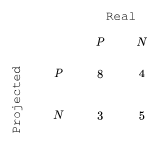
The draw.io diagram hw1/assets/hw1-1.1.svg in interro-potato/ml-homeworks, before a commit. Source tidied: cells renumbered, new cells last; positions are measured from the earlier drawing's top-left corner, leaving out a move shared by most shapes. Source of this version:
```xml
<mxGraphModel math="1">
  <root>
    <mxCell id="0" />
    <mxCell id="1" parent="0" />
    <mxCell id="2" value="$$P$$" style="text;html=1;strokeColor=none;fillColor=none;align=center;verticalAlign=middle;whiteSpace=wrap;rounded=0;sketch=1;strokeWidth=2;fontFamily=monospace;fontSize=12;" parent="1" vertex="1">
      <mxGeometry x="90" y="20" width="40" height="40" as="geometry" />
    </mxCell>
    <mxCell id="3" value="$$N$$" style="text;html=1;strokeColor=none;fillColor=none;align=center;verticalAlign=middle;whiteSpace=wrap;rounded=0;sketch=1;strokeWidth=2;fontFamily=monospace;fontSize=12;" parent="1" vertex="1">
      <mxGeometry x="130" y="20" width="40" height="40" as="geometry" />
    </mxCell>
    <mxCell id="4" value="$$P$$" style="text;html=1;strokeColor=none;fillColor=none;align=center;verticalAlign=middle;whiteSpace=wrap;rounded=0;sketch=1;strokeWidth=2;fontFamily=monospace;fontSize=12;" parent="1" vertex="1">
      <mxGeometry x="50" y="50" width="40" height="40" as="geometry" />
    </mxCell>
    <mxCell id="5" value="$$N$$" style="text;html=1;strokeColor=none;fillColor=none;align=center;verticalAlign=middle;whiteSpace=wrap;rounded=0;sketch=1;strokeWidth=2;fontFamily=monospace;fontSize=12;" parent="1" vertex="1">
      <mxGeometry x="50" y="90" width="40" height="40" as="geometry" />
    </mxCell>
    <mxCell id="6" value="Projected" style="text;html=1;strokeColor=none;fillColor=none;align=center;verticalAlign=middle;whiteSpace=wrap;rounded=0;sketch=1;strokeWidth=2;fontFamily=monospace;fontSize=12;rotation=-90;" parent="1" vertex="1">
      <mxGeometry y="80" width="60" height="30" as="geometry" />
    </mxCell>
    <mxCell id="7" value="Real" style="text;html=1;strokeColor=none;fillColor=none;align=center;verticalAlign=middle;whiteSpace=wrap;rounded=0;sketch=1;strokeWidth=2;fontFamily=monospace;fontSize=12;rotation=0;" parent="1" vertex="1">
      <mxGeometry x="100" width="60" height="30" as="geometry" />
    </mxCell>
    <mxCell id="8" value="$$8$$" style="text;html=1;strokeColor=none;fillColor=none;align=center;verticalAlign=middle;whiteSpace=wrap;rounded=0;sketch=1;strokeWidth=2;fontFamily=monospace;fontSize=12;" parent="1" vertex="1">
      <mxGeometry x="90" y="50" width="40" height="40" as="geometry" />
    </mxCell>
    <mxCell id="9" value="$$4$$" style="text;html=1;strokeColor=none;fillColor=none;align=center;verticalAlign=middle;whiteSpace=wrap;rounded=0;sketch=1;strokeWidth=2;fontFamily=monospace;fontSize=12;" parent="1" vertex="1">
      <mxGeometry x="130" y="50" width="40" height="40" as="geometry" />
    </mxCell>
    <mxCell id="10" value="$$3$$" style="text;html=1;strokeColor=none;fillColor=none;align=center;verticalAlign=middle;whiteSpace=wrap;rounded=0;sketch=1;strokeWidth=2;fontFamily=monospace;fontSize=12;" parent="1" vertex="1">
      <mxGeometry x="90" y="90" width="40" height="40" as="geometry" />
    </mxCell>
    <mxCell id="11" value="$$5$$" style="text;html=1;strokeColor=none;fillColor=none;align=center;verticalAlign=middle;whiteSpace=wrap;rounded=0;sketch=1;strokeWidth=2;fontFamily=monospace;fontSize=12;" parent="1" vertex="1">
      <mxGeometry x="130" y="90" width="40" height="40" as="geometry" />
    </mxCell>
  </root>
</mxGraphModel>
```
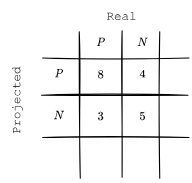
The same diagram one commit later.

Diff of the diagram source:
```diff
@@ -32,5 +32,44 @@
     <mxCell id="11" value="$$5$$" style="text;html=1;strokeColor=none;fillColor=none;align=center;verticalAlign=middle;whiteSpace=wrap;rounded=0;sketch=1;strokeWidth=2;fontFamily=monospace;fontSize=12;" parent="1" vertex="1">
       <mxGeometry x="130" y="90" width="40" height="40" as="geometry" />
     </mxCell>
+    <mxCell id="12" style="endArrow=none;html=1;rounded=0;sketch=1;" parent="1" edge="1">
+      <mxGeometry relative="1" as="geometry">
+        <mxPoint x="54" y="54" as="sourcePoint" />
+        <mxPoint x="194" y="54" as="targetPoint" />
+      </mxGeometry>
+    </mxCell>
+    <mxCell id="13" style="endArrow=none;html=1;rounded=0;sketch=1;" parent="1" edge="1">
+      <mxGeometry relative="1" as="geometry">
+        <mxPoint x="53" y="89.5" as="sourcePoint" />
+        <mxPoint x="193" y="89.5" as="targetPoint" />
+      </mxGeometry>
+    </mxCell>
+    <mxCell id="14" style="endArrow=none;html=1;rounded=0;sketch=1;" parent="1" edge="1">
+      <mxGeometry relative="1" as="geometry">
+        <mxPoint x="54" y="130" as="sourcePoint" />
+        <mxPoint x="194" y="130" as="targetPoint" />
+      </mxGeometry>
+    </mxCell>
+    <mxCell id="15" style="group;rotation=90;" parent="1" vertex="1">
+      <mxGeometry x="57" y="60" width="141" height="76" as="geometry" />
+    </mxCell>
+    <mxCell id="16" style="endArrow=none;html=1;rounded=0;sketch=1;" parent="15" edge="1">
+      <mxGeometry relative="1" as="geometry">
+        <mxPoint x="109" y="-31" as="sourcePoint" />
+        <mxPoint x="109" y="109" as="targetPoint" />
+      </mxGeometry>
+    </mxCell>
+    <mxCell id="17" style="endArrow=none;html=1;rounded=0;sketch=1;" parent="15" edge="1">
+      <mxGeometry relative="1" as="geometry">
+        <mxPoint x="73" y="-32" as="sourcePoint" />
+        <mxPoint x="73" y="108" as="targetPoint" />
+      </mxGeometry>
+    </mxCell>
+    <mxCell id="18" style="endArrow=none;html=1;rounded=0;sketch=1;" parent="15" edge="1">
+      <mxGeometry relative="1" as="geometry">
+        <mxPoint x="32" y="-31" as="sourcePoint" />
+        <mxPoint x="33" y="109" as="targetPoint" />
+      </mxGeometry>
+    </mxCell>
   </root>
 </mxGraphModel>
```
